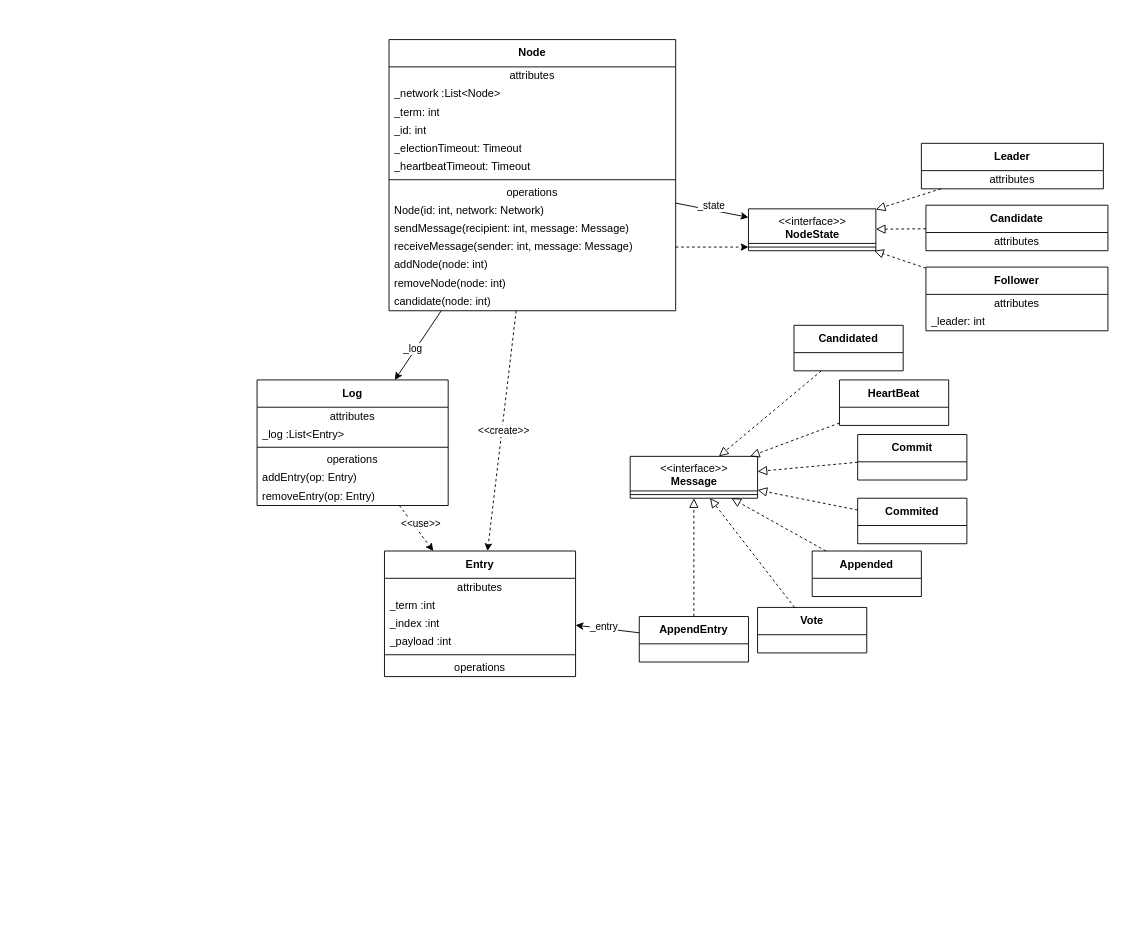
This is Docs/ProjectDesign.drawio from jacopo-angeli/RforCandD-P, a draw.io file, before an edit. Source tidied: cells renumbered, new cells numbered last; positions are measured from the earlier drawing's top-left corner, leaving out a move shared by most shapes. Both pictures are drawn from the tidied source at 91%, with x=0, y=0 at pixel (257, 39).
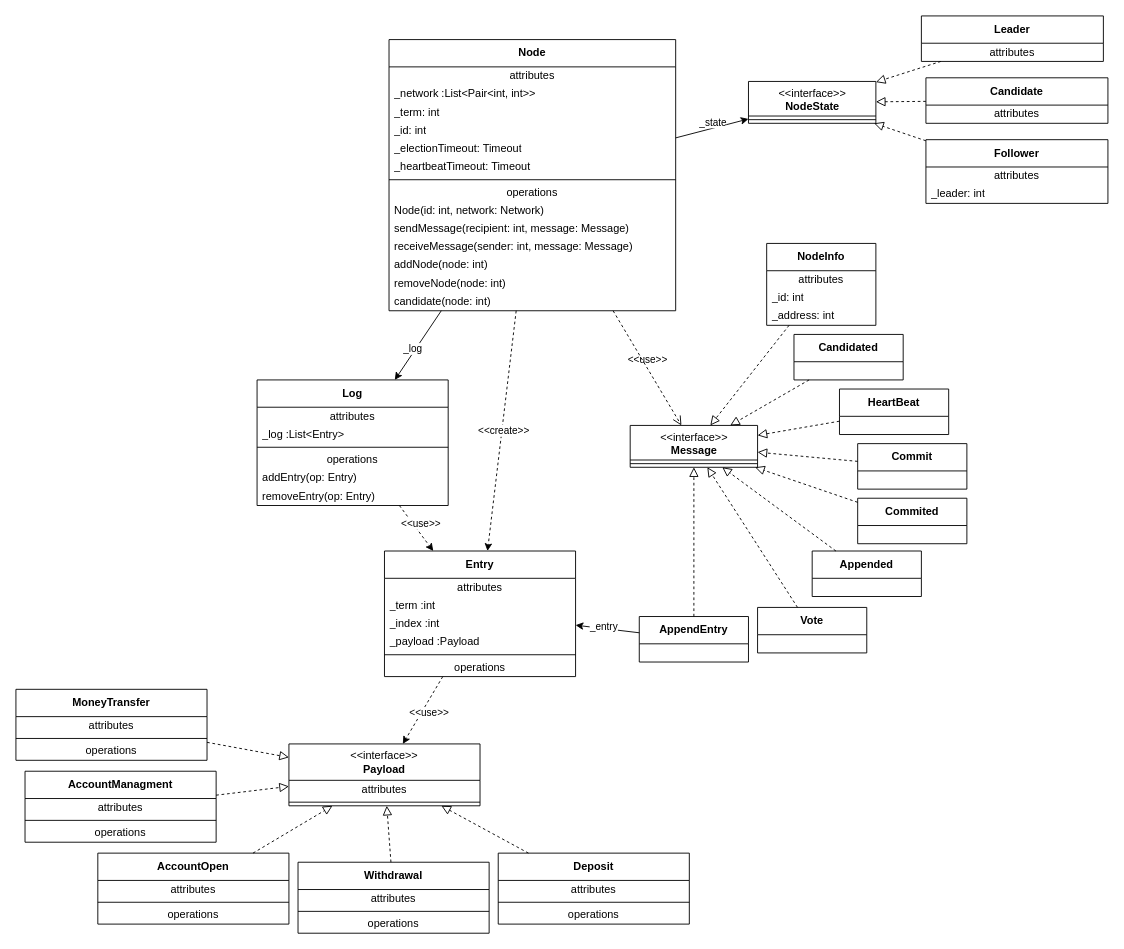
The same diagram, later.

The change refers to these unchanged cells:
```xml
<mxCell id="2" value="&lt;b&gt;Node&lt;/b&gt;&lt;br&gt;" style="swimlane;fontStyle=0;align=center;verticalAlign=middle;horizontal=1;startSize=30;html=1;whiteSpace=wrap;" parent="1" vertex="1">
  <mxGeometry x="145" width="315" height="298" as="geometry" />
</mxCell>
<mxCell id="13" value="receiveMessage(sender: int, message: Message)" style="text;html=1;strokeColor=none;fillColor=none;align=left;verticalAlign=middle;spacingLeft=4;spacingRight=4;overflow=hidden;points=[[0,0.5],[1,0.5]];portConstraint=eastwest;whiteSpace=wrap;" parent="2" vertex="1">
  <mxGeometry y="218" width="315" height="20" as="geometry" />
</mxCell>
<mxCell id="29" value="&lt;b&gt;Entry&lt;/b&gt;" style="swimlane;fontStyle=0;align=center;verticalAlign=middle;horizontal=1;startSize=30;html=1;whiteSpace=wrap;" parent="1" vertex="1">
  <mxGeometry x="140" y="562" width="210" height="138" as="geometry" />
</mxCell>
<mxCell id="44" style="line;strokeWidth=1;fillColor=none;align=left;verticalAlign=middle;spacingTop=-1;spacingLeft=3;spacingRight=3;labelPosition=right;points=[];portConstraint=eastwest;" parent="43" vertex="1">
  <mxGeometry y="38" width="140" height="8" as="geometry" />
</mxCell>
```

Change to the diagram source:
```diff
@@
-    <mxCell id="4" value="_network :List&amp;lt;Node&amp;gt;" style="text;html=1;strokeColor=none;fillColor=none;align=left;verticalAlign=middle;spacingLeft=4;spacingRight=4;overflow=hidden;whiteSpace=wrap;" parent="2" vertex="1">
+    <mxCell id="4" value="_network :List&amp;lt;Pair&amp;lt;int, int&amp;gt;&amp;gt;" style="text;html=1;strokeColor=none;fillColor=none;align=left;verticalAlign=middle;spacingLeft=4;spacingRight=4;overflow=hidden;whiteSpace=wrap;" parent="2" vertex="1">
       <mxGeometry y="50" width="315" height="20" as="geometry" />
     </mxCell>
@@
     <mxCell id="17" value="&lt;b&gt;Follower&lt;/b&gt;" style="swimlane;fontStyle=0;align=center;verticalAlign=middle;horizontal=1;startSize=30;html=1;whiteSpace=wrap;" parent="1" vertex="1">
-      <mxGeometry x="735" y="250" width="200" height="70" as="geometry" />
+      <mxGeometry x="735" y="110" width="200" height="70" as="geometry" />
     </mxCell>
@@
-    <mxCell id="33" value="_payload :int" style="text;html=1;strokeColor=none;fillColor=none;align=left;verticalAlign=middle;spacingLeft=4;spacingRight=4;overflow=hidden;whiteSpace=wrap;" parent="29" vertex="1">
+    <mxCell id="33" value="_payload :Payload" style="text;html=1;strokeColor=none;fillColor=none;align=left;verticalAlign=middle;spacingLeft=4;spacingRight=4;overflow=hidden;whiteSpace=wrap;" parent="29" vertex="1">
       <mxGeometry y="90" width="210" height="20" as="geometry" />
     </mxCell>
@@
     <mxCell id="37" value="&lt;b&gt;Leader&lt;/b&gt;" style="swimlane;fontStyle=0;align=center;verticalAlign=middle;horizontal=1;startSize=30;html=1;whiteSpace=wrap;" parent="1" vertex="1">
-      <mxGeometry x="730" y="114" width="200" height="50" as="geometry" />
+      <mxGeometry x="730" y="-26" width="200" height="50" as="geometry" />
     </mxCell>
@@
     <mxCell id="40" value="&lt;b&gt;Candidate&lt;/b&gt;" style="swimlane;fontStyle=0;align=center;verticalAlign=middle;horizontal=1;startSize=30;html=1;whiteSpace=wrap;" parent="1" vertex="1">
-      <mxGeometry x="735" y="182" width="200" height="50" as="geometry" />
+      <mxGeometry x="735" y="42" width="200" height="50" as="geometry" />
     </mxCell>
@@
     <mxCell id="43" value="&amp;lt;&amp;lt;interface&amp;gt;&amp;gt;&lt;br&gt;&lt;b&gt;NodeState&lt;/b&gt;" style="swimlane;fontStyle=0;align=center;verticalAlign=top;horizontal=1;startSize=38;html=1;" parent="1" vertex="1">
-      <mxGeometry x="540" y="186" width="140" height="46" as="geometry" />
+      <mxGeometry x="540" y="46" width="140" height="46" as="geometry" />
     </mxCell>
@@
     <mxCell id="48" value="&amp;lt;&amp;lt;interface&amp;gt;&amp;gt;&lt;br&gt;&lt;b&gt;Message&lt;/b&gt;" style="swimlane;fontStyle=0;align=center;verticalAlign=top;horizontal=1;startSize=38;html=1;" parent="1" vertex="1">
-      <mxGeometry x="410" y="458" width="140" height="46" as="geometry" />
+      <mxGeometry x="410" y="424" width="140" height="46" as="geometry" />
     </mxCell>
@@
     <mxCell id="52" value="&lt;b&gt;Commit&lt;/b&gt;" style="swimlane;fontStyle=0;align=center;verticalAlign=middle;horizontal=1;startSize=30;html=1;whiteSpace=wrap;" parent="1" vertex="1">
-      <mxGeometry x="660" y="434" width="120" height="50" as="geometry" />
+      <mxGeometry x="660" y="444" width="120" height="50" as="geometry" />
     </mxCell>
@@
     <mxCell id="55" value="&lt;b&gt;HeartBeat&lt;/b&gt;" style="swimlane;fontStyle=0;align=center;verticalAlign=middle;horizontal=1;startSize=30;html=1;whiteSpace=wrap;" parent="1" vertex="1">
-      <mxGeometry x="640" y="374" width="120" height="50" as="geometry" />
+      <mxGeometry x="640" y="384" width="120" height="50" as="geometry" />
     </mxCell>
     <mxCell id="56" value="&lt;b&gt;Candidated&lt;/b&gt;" style="swimlane;fontStyle=0;align=center;verticalAlign=middle;horizontal=1;startSize=30;html=1;whiteSpace=wrap;" parent="1" vertex="1">
-      <mxGeometry x="590" y="314" width="120" height="50" as="geometry" />
+      <mxGeometry x="590" y="324" width="120" height="50" as="geometry" />
     </mxCell>
@@
-    <mxCell id="67" style="edgeStyle=none;html=1;dashed=1;" parent="1" edge="1" source="13" target="44">
-      <mxGeometry relative="1" as="geometry" />
+    <mxCell id="67" value="&lt;b&gt;NodeInfo&lt;/b&gt;" style="swimlane;fontStyle=0;align=center;verticalAlign=middle;horizontal=1;startSize=30;html=1;whiteSpace=wrap;" parent="1" vertex="1">
+      <mxGeometry x="560" y="224" width="120" height="90" as="geometry" />
     </mxCell>
+    <mxCell id="68" value="attributes" style="text;html=1;strokeColor=none;fillColor=none;align=center;verticalAlign=middle;spacingLeft=4;spacingRight=4;overflow=hidden;whiteSpace=wrap;" parent="67" vertex="1">
+      <mxGeometry y="30" width="120" height="20" as="geometry" />
+    </mxCell>
+    <mxCell id="69" value="&lt;div&gt;_id: int&lt;/div&gt;" style="text;html=1;strokeColor=none;fillColor=none;align=left;verticalAlign=middle;spacingLeft=4;spacingRight=4;overflow=hidden;whiteSpace=wrap;" parent="67" vertex="1">
+      <mxGeometry y="50" width="120" height="20" as="geometry" />
+    </mxCell>
+    <mxCell id="70" value="&lt;div&gt;_address: int&lt;/div&gt;" style="text;html=1;strokeColor=none;fillColor=none;align=left;verticalAlign=middle;spacingLeft=4;spacingRight=4;overflow=hidden;whiteSpace=wrap;" parent="67" vertex="1">
+      <mxGeometry y="70" width="120" height="20" as="geometry" />
+    </mxCell>
+    <mxCell id="71" style="endArrow=block;startArrow=none;endFill=0;startFill=0;endSize=8;html=1;verticalAlign=bottom;labelBackgroundColor=none;dashed=1;" parent="1" edge="1" source="67" target="48">
+      <mxGeometry relative="1" as="geometry" />
+    </mxCell>
+    <mxCell id="72" value="&amp;lt;&amp;lt;use&amp;gt;&amp;gt;" style="endArrow=open;startArrow=none;endFill=0;startFill=0;endSize=8;html=1;verticalAlign=bottom;dashed=1;labelBackgroundColor=none;" parent="1" edge="1" source="2" target="48">
+      <mxGeometry relative="1" as="geometry" />
+    </mxCell>
+    <mxCell id="73" value="&lt;span style=&quot;&quot;&gt;&amp;lt;&amp;lt;interface&amp;gt;&amp;gt;&lt;/span&gt;&lt;br style=&quot;border-color: var(--border-color);&quot;&gt;&lt;b&gt;Payload&lt;/b&gt;" style="swimlane;fontStyle=0;align=center;verticalAlign=middle;horizontal=1;startSize=40;html=1;whiteSpace=wrap;" parent="1" vertex="1">
+      <mxGeometry x="35" y="774" width="210" height="68" as="geometry" />
+    </mxCell>
+    <mxCell id="74" value="attributes" style="text;html=1;strokeColor=none;fillColor=none;align=center;verticalAlign=middle;spacingLeft=4;spacingRight=4;overflow=hidden;whiteSpace=wrap;" parent="73" vertex="1">
+      <mxGeometry y="40" width="210" height="20" as="geometry" />
+    </mxCell>
+    <mxCell id="75" style="line;strokeWidth=1;fillColor=none;align=left;verticalAlign=middle;spacingTop=-1;spacingLeft=3;spacingRight=3;labelPosition=right;" parent="73" vertex="1">
+      <mxGeometry y="60" width="210" height="8" as="geometry" />
+    </mxCell>
+    <mxCell id="76" value="&lt;b&gt;Deposit&lt;/b&gt;" style="swimlane;fontStyle=0;align=center;verticalAlign=middle;horizontal=1;startSize=30;html=1;whiteSpace=wrap;" parent="1" vertex="1">
+      <mxGeometry x="265" y="894" width="210" height="78" as="geometry" />
+    </mxCell>
+    <mxCell id="77" value="attributes" style="text;html=1;strokeColor=none;fillColor=none;align=center;verticalAlign=middle;spacingLeft=4;spacingRight=4;overflow=hidden;whiteSpace=wrap;" parent="76" vertex="1">
+      <mxGeometry y="30" width="210" height="20" as="geometry" />
+    </mxCell>
+    <mxCell id="78" style="line;strokeWidth=1;fillColor=none;align=left;verticalAlign=middle;spacingTop=-1;spacingLeft=3;spacingRight=3;labelPosition=right;" parent="76" vertex="1">
+      <mxGeometry y="50" width="210" height="8" as="geometry" />
+    </mxCell>
+    <mxCell id="79" value="operations" style="text;html=1;strokeColor=none;fillColor=none;align=center;verticalAlign=middle;spacingLeft=4;spacingRight=4;overflow=hidden;whiteSpace=wrap;" parent="76" vertex="1">
+      <mxGeometry y="58" width="210" height="20" as="geometry" />
+    </mxCell>
+    <mxCell id="80" value="&lt;b&gt;Withdrawal&lt;/b&gt;" style="swimlane;fontStyle=0;align=center;verticalAlign=middle;horizontal=1;startSize=30;html=1;whiteSpace=wrap;" parent="1" vertex="1">
+      <mxGeometry x="45" y="904" width="210" height="78" as="geometry" />
+    </mxCell>
+    <mxCell id="81" value="attributes" style="text;html=1;strokeColor=none;fillColor=none;align=center;verticalAlign=middle;spacingLeft=4;spacingRight=4;overflow=hidden;whiteSpace=wrap;" parent="80" vertex="1">
+      <mxGeometry y="30" width="210" height="20" as="geometry" />
+    </mxCell>
+    <mxCell id="82" style="line;strokeWidth=1;fillColor=none;align=left;verticalAlign=middle;spacingTop=-1;spacingLeft=3;spacingRight=3;labelPosition=right;" parent="80" vertex="1">
+      <mxGeometry y="50" width="210" height="8" as="geometry" />
+    </mxCell>
+    <mxCell id="83" value="operations" style="text;html=1;strokeColor=none;fillColor=none;align=center;verticalAlign=middle;spacingLeft=4;spacingRight=4;overflow=hidden;whiteSpace=wrap;" parent="80" vertex="1">
+      <mxGeometry y="58" width="210" height="20" as="geometry" />
+    </mxCell>
+    <mxCell id="84" value="&lt;b&gt;AccountOpen&lt;/b&gt;" style="swimlane;fontStyle=0;align=center;verticalAlign=middle;horizontal=1;startSize=30;html=1;whiteSpace=wrap;" parent="1" vertex="1">
+      <mxGeometry x="-175" y="894" width="210" height="78" as="geometry" />
+    </mxCell>
+    <mxCell id="85" value="attributes" style="text;html=1;strokeColor=none;fillColor=none;align=center;verticalAlign=middle;spacingLeft=4;spacingRight=4;overflow=hidden;whiteSpace=wrap;" parent="84" vertex="1">
+      <mxGeometry y="30" width="210" height="20" as="geometry" />
+    </mxCell>
+    <mxCell id="86" style="line;strokeWidth=1;fillColor=none;align=left;verticalAlign=middle;spacingTop=-1;spacingLeft=3;spacingRight=3;labelPosition=right;" parent="84" vertex="1">
+      <mxGeometry y="50" width="210" height="8" as="geometry" />
+    </mxCell>
+    <mxCell id="87" value="operations" style="text;html=1;strokeColor=none;fillColor=none;align=center;verticalAlign=middle;spacingLeft=4;spacingRight=4;overflow=hidden;whiteSpace=wrap;" parent="84" vertex="1">
+      <mxGeometry y="58" width="210" height="20" as="geometry" />
+    </mxCell>
+    <mxCell id="88" value="&lt;b&gt;AccountManagment&lt;/b&gt;" style="swimlane;fontStyle=0;align=center;verticalAlign=middle;horizontal=1;startSize=30;html=1;whiteSpace=wrap;" parent="1" vertex="1">
+      <mxGeometry x="-255" y="804" width="210" height="78" as="geometry" />
+    </mxCell>
+    <mxCell id="89" value="attributes" style="text;html=1;strokeColor=none;fillColor=none;align=center;verticalAlign=middle;spacingLeft=4;spacingRight=4;overflow=hidden;whiteSpace=wrap;" parent="88" vertex="1">
+      <mxGeometry y="30" width="210" height="20" as="geometry" />
+    </mxCell>
+    <mxCell id="90" style="line;strokeWidth=1;fillColor=none;align=left;verticalAlign=middle;spacingTop=-1;spacingLeft=3;spacingRight=3;labelPosition=right;" parent="88" vertex="1">
+      <mxGeometry y="50" width="210" height="8" as="geometry" />
+    </mxCell>
+    <mxCell id="91" value="operations" style="text;html=1;strokeColor=none;fillColor=none;align=center;verticalAlign=middle;spacingLeft=4;spacingRight=4;overflow=hidden;whiteSpace=wrap;" parent="88" vertex="1">
+      <mxGeometry y="58" width="210" height="20" as="geometry" />
+    </mxCell>
+    <mxCell id="92" value="&lt;b&gt;MoneyTransfer&lt;/b&gt;" style="swimlane;fontStyle=0;align=center;verticalAlign=middle;horizontal=1;startSize=30;html=1;whiteSpace=wrap;" parent="1" vertex="1">
+      <mxGeometry x="-265" y="714" width="210" height="78" as="geometry" />
+    </mxCell>
+    <mxCell id="93" value="attributes" style="text;html=1;strokeColor=none;fillColor=none;align=center;verticalAlign=middle;spacingLeft=4;spacingRight=4;overflow=hidden;whiteSpace=wrap;" parent="92" vertex="1">
+      <mxGeometry y="30" width="210" height="20" as="geometry" />
+    </mxCell>
+    <mxCell id="94" style="line;strokeWidth=1;fillColor=none;align=left;verticalAlign=middle;spacingTop=-1;spacingLeft=3;spacingRight=3;labelPosition=right;" parent="92" vertex="1">
+      <mxGeometry y="50" width="210" height="8" as="geometry" />
+    </mxCell>
+    <mxCell id="95" value="operations" style="text;html=1;strokeColor=none;fillColor=none;align=center;verticalAlign=middle;spacingLeft=4;spacingRight=4;overflow=hidden;whiteSpace=wrap;" parent="92" vertex="1">
+      <mxGeometry y="58" width="210" height="20" as="geometry" />
+    </mxCell>
+    <mxCell id="96" style="endArrow=block;startArrow=none;endFill=0;startFill=0;endSize=8;html=1;verticalAlign=bottom;labelBackgroundColor=none;dashed=1;" parent="1" edge="1" source="76" target="73">
+      <mxGeometry relative="1" as="geometry" />
+    </mxCell>
+    <mxCell id="97" style="endArrow=block;startArrow=none;endFill=0;startFill=0;endSize=8;html=1;verticalAlign=bottom;labelBackgroundColor=none;dashed=1;" parent="1" edge="1" source="80" target="73">
+      <mxGeometry relative="1" as="geometry" />
+    </mxCell>
+    <mxCell id="98" style="endArrow=block;startArrow=none;endFill=0;startFill=0;endSize=8;html=1;verticalAlign=bottom;labelBackgroundColor=none;dashed=1;" parent="1" edge="1" source="84" target="73">
+      <mxGeometry relative="1" as="geometry" />
+    </mxCell>
+    <mxCell id="99" style="endArrow=block;startArrow=none;endFill=0;startFill=0;endSize=8;html=1;verticalAlign=bottom;labelBackgroundColor=none;dashed=1;" parent="1" edge="1" source="88" target="73">
+      <mxGeometry relative="1" as="geometry" />
+    </mxCell>
+    <mxCell id="100" style="endArrow=block;startArrow=none;endFill=0;startFill=0;endSize=8;html=1;verticalAlign=bottom;labelBackgroundColor=none;dashed=1;" parent="1" edge="1" source="92" target="73">
+      <mxGeometry relative="1" as="geometry" />
+    </mxCell>
+    <mxCell id="101" value="&amp;lt;&amp;lt;use&amp;gt;&amp;gt;" style="endArrow=classic;html=1;dashed=1;" parent="1" edge="1" source="29" target="73">
+      <mxGeometry x="-0.03" y="7" relative="1" as="geometry" />
+    </mxCell>
```
